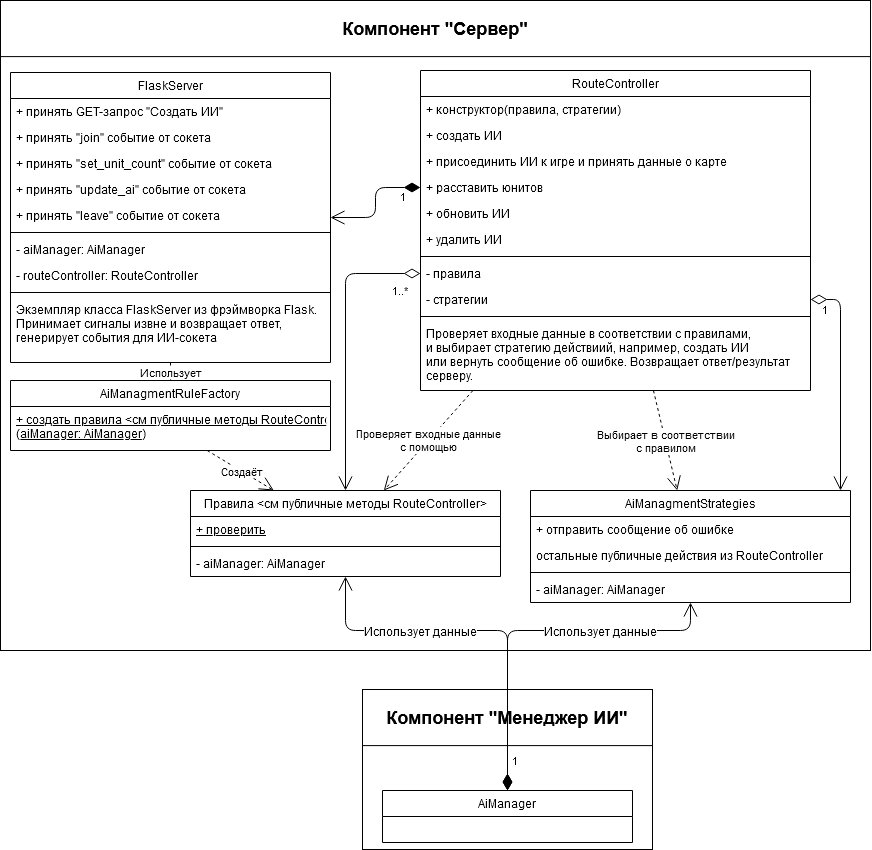
Earlier version of the draw.io export Модельный граф/Container-Ai-server__Server-component__Class-diagram.png (7kia/dissertation-of-master-student). Source tidied: cells renumbered, new cells last; positions are measured from the earlier drawing's top-left corner, leaving out a move shared by most shapes.
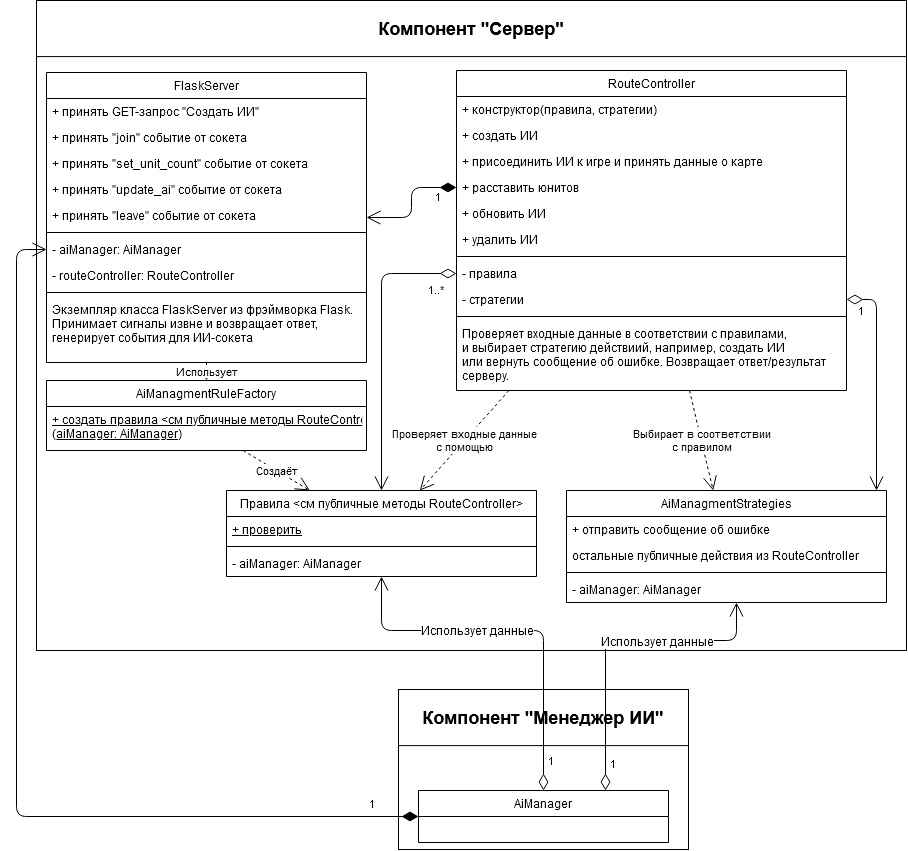
Later version of the same file.

Change to the diagram source:
```diff
@@ -119,56 +119,64 @@
     <mxCell id="40" value="AiManager" style="swimlane;fontStyle=0;horizontal=1;startSize=26;fillColor=none;" parent="1" vertex="1">
       <mxGeometry x="382" y="790" width="250" height="52" as="geometry" />
     </mxCell>
-    <mxCell id="41" value="1" style="endArrow=open;html=1;endSize=12;startArrow=diamondThin;startSize=14;startFill=1;edgeStyle=orthogonalEdgeStyle;align=left;verticalAlign=bottom;exitX=0.5;exitY=0;exitDx=0;exitDy=0;" parent="1" edge="1" source="40" target="28">
-      <mxGeometry x="-0.9" y="-3" relative="1" as="geometry">
-        <Array as="points">
-          <mxPoint x="507" y="630" />
-          <mxPoint x="345" y="630" />
-        </Array>
-      </mxGeometry>
+    <mxCell id="41" value="&lt;b&gt;&lt;font style=&quot;font-size: 18px&quot;&gt;Компонент &quot;Менеджер ИИ&quot;&lt;/font&gt;&lt;/b&gt;" style="rounded=0;whiteSpace=wrap;html=1;" parent="1" vertex="1">
+      <mxGeometry x="362" y="689" width="290" height="56.1" as="geometry" />
     </mxCell>
-    <mxCell id="42" value="Использует данные" style="text;html=1;align=center;verticalAlign=middle;points=[];labelBackgroundColor=#ffffff;" parent="41" vertex="1">
-      <mxGeometry x="0.19" relative="1" as="geometry">
-        <mxPoint x="-23" as="offset" />
-      </mxGeometry>
+    <mxCell id="42" value="AiManagmentRuleFactory" style="swimlane;fontStyle=0;horizontal=1;startSize=26;fillColor=none;" parent="1" vertex="1">
+      <mxGeometry x="10" y="380" width="320" height="70" as="geometry" />
     </mxCell>
-    <mxCell id="43" value="&lt;b&gt;&lt;font style=&quot;font-size: 18px&quot;&gt;Компонент &quot;Менеджер ИИ&quot;&lt;/font&gt;&lt;/b&gt;" style="rounded=0;whiteSpace=wrap;html=1;" parent="1" vertex="1">
-      <mxGeometry x="362" y="689" width="290" height="56.1" as="geometry" />
+    <mxCell id="43" value="+ создать правила &lt;см публичные методы RouteController&gt;&#10;(aiManager: AiManager) " style="text;strokeColor=none;fillColor=none;align=left;verticalAlign=top;spacingLeft=4;spacingRight=4;overflow=hidden;points=[[0,0.5],[1,0.5]];portConstraint=eastwest;fontStyle=4;" parent="42" vertex="1">
+      <mxGeometry y="26" width="320" height="44" as="geometry" />
     </mxCell>
-    <mxCell id="44" value="AiManagmentRuleFactory" style="swimlane;fontStyle=0;horizontal=1;startSize=26;fillColor=none;" parent="1" vertex="1">
-      <mxGeometry x="10" y="380" width="320" height="70" as="geometry" />
+    <mxCell id="44" value="1..*" style="endArrow=open;html=1;endSize=12;startArrow=diamondThin;startSize=14;startFill=0;edgeStyle=orthogonalEdgeStyle;align=left;verticalAlign=bottom;" parent="1" edge="1" source="24" target="28">
+      <mxGeometry x="-0.3" y="45" relative="1" as="geometry" />
     </mxCell>
-    <mxCell id="45" value="+ создать правила &lt;см публичные методы RouteController&gt;&#10;(aiManager: AiManager) " style="text;strokeColor=none;fillColor=none;align=left;verticalAlign=top;spacingLeft=4;spacingRight=4;overflow=hidden;points=[[0,0.5],[1,0.5]];portConstraint=eastwest;fontStyle=4;" parent="44" vertex="1">
-      <mxGeometry y="26" width="320" height="44" as="geometry" />
+    <mxCell id="45" value="1" style="endArrow=open;html=1;endSize=12;startArrow=diamondThin;startSize=14;startFill=0;edgeStyle=orthogonalEdgeStyle;align=left;verticalAlign=bottom;" parent="1" edge="1" source="25" target="32">
+      <mxGeometry x="-0.54" y="-20" relative="1" as="geometry">
+        <Array as="points">
+          <mxPoint x="840" y="299" />
+        </Array>
+      </mxGeometry>
     </mxCell>
-    <mxCell id="46" value="1..*" style="endArrow=open;html=1;endSize=12;startArrow=diamondThin;startSize=14;startFill=0;edgeStyle=orthogonalEdgeStyle;align=left;verticalAlign=bottom;" parent="1" edge="1" source="24" target="28">
-      <mxGeometry x="-0.3" y="45" relative="1" as="geometry" />
+    <mxCell id="46" value="Использует" style="endArrow=open;endSize=12;dashed=1;html=1;entryX=0.5;entryY=0;entryDx=0;entryDy=0;" parent="1" edge="1" source="15" target="42">
+      <mxGeometry relative="1" as="geometry" />
     </mxCell>
-    <mxCell id="47" value="1" style="endArrow=open;html=1;endSize=12;startArrow=diamondThin;startSize=14;startFill=0;edgeStyle=orthogonalEdgeStyle;align=left;verticalAlign=bottom;" parent="1" edge="1" source="25" target="32">
-      <mxGeometry x="-0.54" y="-20" relative="1" as="geometry">
-        <Array as="points">
-          <mxPoint x="840" y="299" />
-        </Array>
-      </mxGeometry>
+    <mxCell id="47" value="Создаёт" style="endArrow=open;endSize=12;dashed=1;html=1;" parent="1" edge="1" source="43" target="28">
+      <mxGeometry relative="1" as="geometry" />
     </mxCell>
-    <mxCell id="48" value="Использует" style="endArrow=open;endSize=12;dashed=1;html=1;entryX=0.5;entryY=0;entryDx=0;entryDy=0;" parent="1" edge="1" source="15" target="44">
-      <mxGeometry relative="1" as="geometry" />
+    <mxCell id="48" value="1" style="endArrow=open;html=1;endSize=12;startArrow=diamondThin;startSize=14;startFill=1;edgeStyle=orthogonalEdgeStyle;align=left;verticalAlign=bottom;" parent="1" edge="1" source="40" target="12">
+      <mxGeometry x="-0.9" y="-3" relative="1" as="geometry">
+        <Array as="points">
+          <mxPoint x="-20" y="816" />
+          <mxPoint x="-20" y="249" />
+        </Array>
+      </mxGeometry>
     </mxCell>
-    <mxCell id="49" value="Создаёт" style="endArrow=open;endSize=12;dashed=1;html=1;" parent="1" edge="1" source="45" target="28">
-      <mxGeometry relative="1" as="geometry" />
+    <mxCell id="49" value="1" style="endArrow=open;html=1;endSize=12;startArrow=diamondThin;startSize=14;startFill=0;edgeStyle=orthogonalEdgeStyle;align=left;verticalAlign=bottom;" parent="1" edge="1" source="40" target="28">
+      <mxGeometry x="-0.89" y="-3" relative="1" as="geometry">
+        <Array as="points">
+          <mxPoint x="507" y="630" />
+          <mxPoint x="345" y="630" />
+        </Array>
+      </mxGeometry>
     </mxCell>
-    <mxCell id="50" style="endArrow=open;html=1;endSize=12;startArrow=diamondThin;startSize=14;startFill=1;edgeStyle=orthogonalEdgeStyle;align=left;verticalAlign=bottom;" parent="1" edge="1" source="40" target="32">
-      <mxGeometry x="-0.89" y="7" relative="1" as="geometry">
-        <Array as="points">
-          <mxPoint x="507" y="630" />
-          <mxPoint x="690" y="630" />
-        </Array>
+    <mxCell id="50" value="Использует данные" style="text;html=1;align=center;verticalAlign=middle;labelBackgroundColor=#ffffff;" parent="49" vertex="1">
+      <mxGeometry x="-0.21" y="1" relative="1" as="geometry">
+        <mxPoint x="-66" y="-12" as="offset" />
       </mxGeometry>
     </mxCell>
-    <mxCell id="51" value="Использует данные" style="text;html=1;align=center;verticalAlign=middle;labelBackgroundColor=#ffffff;" parent="50" vertex="1">
-      <mxGeometry x="0.19" relative="1" as="geometry">
-        <mxPoint x="32" as="offset" />
+    <mxCell id="51" value="1" style="endArrow=open;html=1;endSize=12;startArrow=diamondThin;startSize=14;startFill=0;edgeStyle=orthogonalEdgeStyle;align=left;verticalAlign=bottom;" parent="1" edge="1" source="40" target="32">
+      <mxGeometry x="-0.89" y="-3" relative="1" as="geometry">
+        <Array as="points">
+          <mxPoint x="569" y="640" />
+          <mxPoint x="700" y="640" />
+        </Array>
       </mxGeometry>
     </mxCell>
+    <mxCell id="52" value="Использует данные" style="text;html=1;align=center;verticalAlign=middle;labelBackgroundColor=#ffffff;" parent="51" vertex="1">
+      <mxGeometry x="-0.21" y="1" relative="1" as="geometry">
+        <mxPoint x="52" y="-24.3" as="offset" />
+      </mxGeometry>
+    </mxCell>
   </root>
 </mxGraphModel>
```
